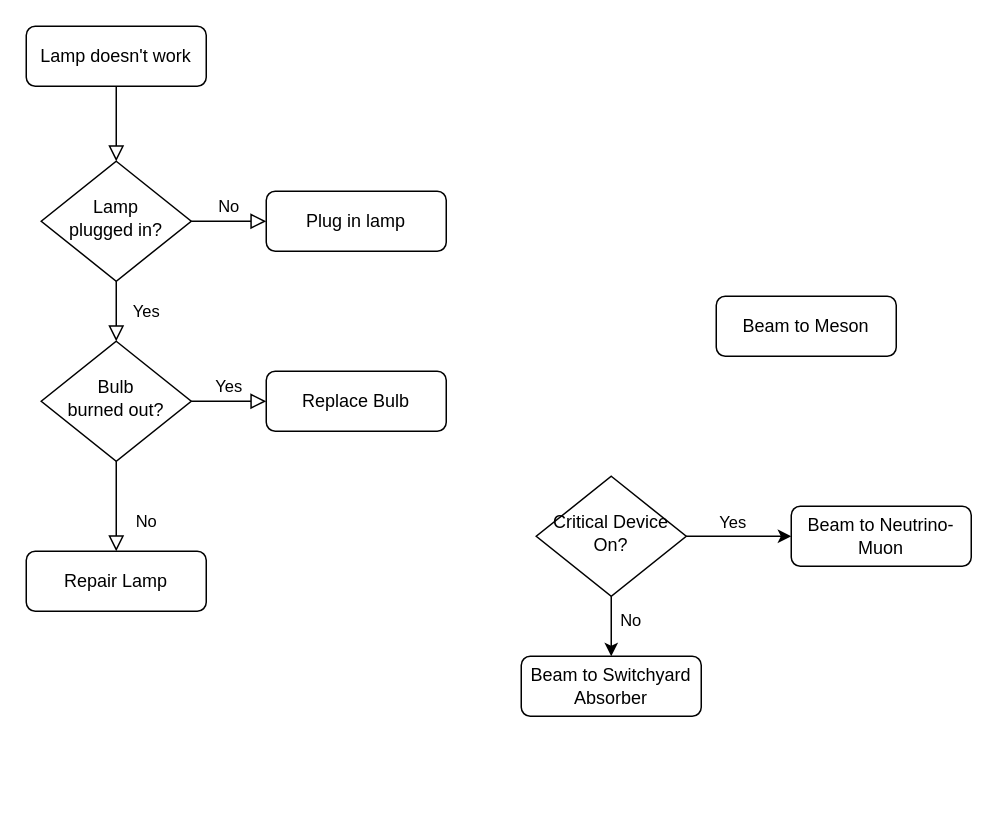
The draw.io diagram ACORN_beamsequence_SY.drawio in awattsFNAL/Drawings, before the edit. Source tidied: cells renumbered, new cells numbered last; positions are measured from the earlier drawing's top-left corner, leaving out a move shared by most shapes. Both pictures are drawn from the tidied source at 150%, with x=0, y=0 at pixel (26, 26).
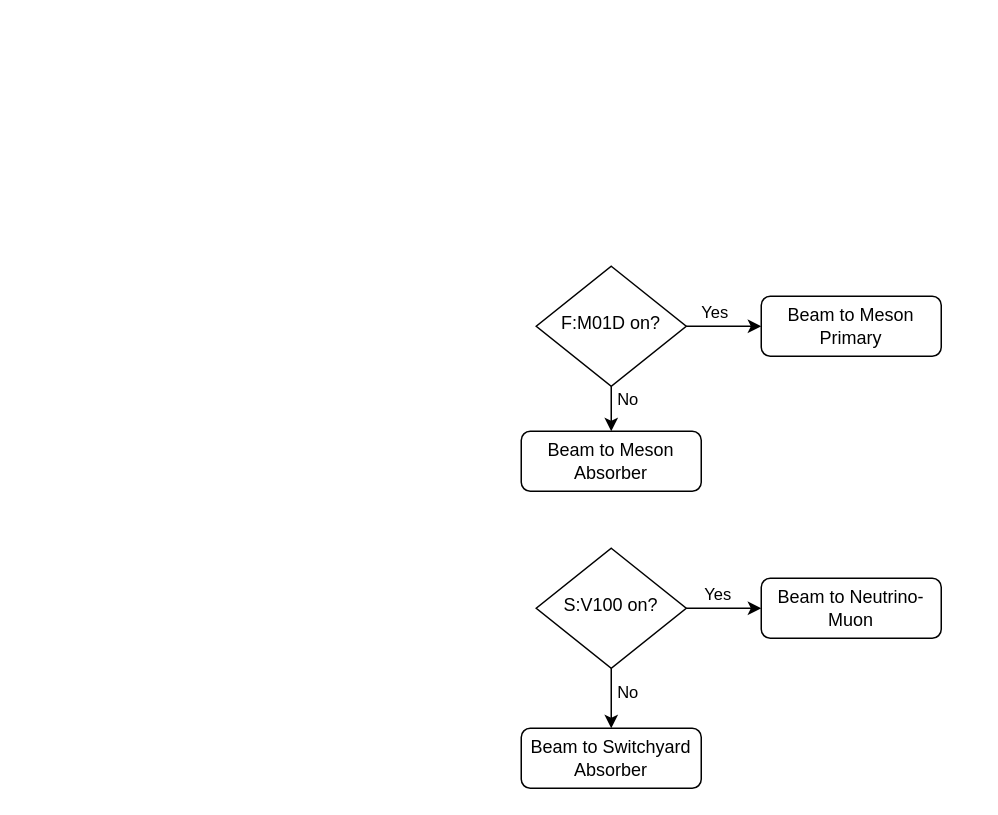
The same page after the edit.

The change refers to these unchanged cells:
```xml
<mxCell id="15" style="edgeStyle=orthogonalEdgeStyle;rounded=0;jettySize=auto;html=1;exitX=0.5;exitY=1;exitDx=0;exitDy=0;entryX=0.5;entryY=0;entryDx=0;entryDy=0;" parent="1" edge="1" source="18" target="17">
  <mxGeometry relative="1" as="geometry" />
</mxCell>
```

The edit, as a diff of the source:
```diff
@@
-    <mxCell id="2" style="rounded=0;html=1;jettySize=auto;fontSize=11;endArrow=block;endFill=0;endSize=8;strokeWidth=1;shadow=0;labelBackgroundColor=none;edgeStyle=orthogonalEdgeStyle;" parent="1" edge="1" source="3" target="6">
-      <mxGeometry relative="1" as="geometry" />
-    </mxCell>
-    <mxCell id="3" value="Lamp doesn't work" style="rounded=1;whiteSpace=wrap;html=1;fontSize=12;glass=0;strokeWidth=1;shadow=0;" parent="1" vertex="1">
-      <mxGeometry width="120" height="40" as="geometry" />
-    </mxCell>
-    <mxCell id="4" value="Yes" style="rounded=0;html=1;jettySize=auto;fontSize=11;endArrow=block;endFill=0;endSize=8;strokeWidth=1;shadow=0;labelBackgroundColor=none;edgeStyle=orthogonalEdgeStyle;" parent="1" edge="1" source="6" target="10">
-      <mxGeometry y="20" relative="1" as="geometry" />
-    </mxCell>
-    <mxCell id="5" value="No" style="edgeStyle=orthogonalEdgeStyle;rounded=0;html=1;jettySize=auto;fontSize=11;endArrow=block;endFill=0;endSize=8;strokeWidth=1;shadow=0;labelBackgroundColor=none;" parent="1" edge="1" source="6" target="7">
-      <mxGeometry y="10" relative="1" as="geometry" />
-    </mxCell>
-    <mxCell id="6" value="Lamp&lt;br&gt;plugged in?" style="rhombus;whiteSpace=wrap;html=1;shadow=0;fontFamily=Helvetica;fontSize=12;align=center;strokeWidth=1;spacing=6;spacingTop=-4;" parent="1" vertex="1">
-      <mxGeometry x="10" y="90" width="100" height="80" as="geometry" />
-    </mxCell>
-    <mxCell id="7" value="Plug in lamp" style="rounded=1;whiteSpace=wrap;html=1;fontSize=12;glass=0;strokeWidth=1;shadow=0;" parent="1" vertex="1">
-      <mxGeometry x="160" y="110" width="120" height="40" as="geometry" />
-    </mxCell>
-    <mxCell id="8" value="No" style="rounded=0;html=1;jettySize=auto;fontSize=11;endArrow=block;endFill=0;endSize=8;strokeWidth=1;shadow=0;labelBackgroundColor=none;edgeStyle=orthogonalEdgeStyle;" parent="1" edge="1" source="10" target="11">
-      <mxGeometry x="0.33" y="20" relative="1" as="geometry" />
-    </mxCell>
-    <mxCell id="9" value="Yes" style="edgeStyle=orthogonalEdgeStyle;rounded=0;html=1;jettySize=auto;fontSize=11;endArrow=block;endFill=0;endSize=8;strokeWidth=1;shadow=0;labelBackgroundColor=none;" parent="1" edge="1" source="10" target="12">
-      <mxGeometry y="10" relative="1" as="geometry" />
-    </mxCell>
-    <mxCell id="10" value="Bulb&lt;br&gt;burned out?" style="rhombus;whiteSpace=wrap;html=1;shadow=0;fontFamily=Helvetica;fontSize=12;align=center;strokeWidth=1;spacing=6;spacingTop=-4;" parent="1" vertex="1">
-      <mxGeometry x="10" y="210" width="100" height="80" as="geometry" />
-    </mxCell>
-    <mxCell id="11" value="Repair Lamp" style="rounded=1;whiteSpace=wrap;html=1;fontSize=12;glass=0;strokeWidth=1;shadow=0;" parent="1" vertex="1">
-      <mxGeometry y="350" width="120" height="40" as="geometry" />
-    </mxCell>
-    <mxCell id="12" value="Replace Bulb" style="rounded=1;whiteSpace=wrap;html=1;fontSize=12;glass=0;strokeWidth=1;shadow=0;" parent="1" vertex="1">
-      <mxGeometry x="160" y="230" width="120" height="40" as="geometry" />
-    </mxCell>
-    <mxCell id="13" value="Beam to Meson" style="rounded=1;whiteSpace=wrap;html=1;fontSize=12;glass=0;strokeWidth=1;shadow=0;" parent="1" vertex="1">
-      <mxGeometry x="460" y="180" width="120" height="40" as="geometry" />
+    <mxCell id="13" value="Beam to Meson Primary" style="rounded=1;whiteSpace=wrap;html=1;fontSize=12;glass=0;strokeWidth=1;shadow=0;" parent="1" vertex="1">
+      <mxGeometry x="490" y="180" width="120" height="40" as="geometry" />
     </mxCell>
     <mxCell id="14" value="Beam to Neutrino-Muon" style="rounded=1;whiteSpace=wrap;html=1;fontSize=12;glass=0;strokeWidth=1;shadow=0;" parent="1" vertex="1">
-      <mxGeometry x="510" y="320" width="120" height="40" as="geometry" />
+      <mxGeometry x="490" y="368" width="120" height="40" as="geometry" />
     </mxCell>
@@
     <mxCell id="16" value="No" style="edgeLabel;html=1;align=center;verticalAlign=middle;" parent="15" vertex="1">
       <mxGeometry x="-0.44" relative="1" as="geometry">
-        <mxPoint x="12" y="4" as="offset" />
+        <mxPoint x="10" y="4" as="offset" />
       </mxGeometry>
     </mxCell>
     <mxCell id="17" value="Beam to Switchyard Absorber" style="rounded=1;whiteSpace=wrap;html=1;fontSize=12;glass=0;strokeWidth=1;shadow=0;" parent="1" vertex="1">
-      <mxGeometry x="330" y="420" width="120" height="40" as="geometry" />
+      <mxGeometry x="330" y="468" width="120" height="40" as="geometry" />
     </mxCell>
-    <mxCell id="18" value="&lt;div&gt;Critical Device On?&lt;/div&gt;" style="rhombus;whiteSpace=wrap;html=1;shadow=0;fontFamily=Helvetica;fontSize=12;align=center;strokeWidth=1;spacing=6;spacingTop=-4;" parent="1" vertex="1">
-      <mxGeometry x="340" y="300" width="100" height="80" as="geometry" />
+    <mxCell id="18" value="S:V100 on?" style="rhombus;whiteSpace=wrap;html=1;shadow=0;fontFamily=Helvetica;fontSize=12;align=center;strokeWidth=1;spacing=6;spacingTop=-4;" parent="1" vertex="1">
+      <mxGeometry x="340" y="348" width="100" height="80" as="geometry" />
     </mxCell>
@@
+    <mxCell id="21" style="edgeStyle=orthogonalEdgeStyle;rounded=0;jettySize=auto;html=1;" parent="1" edge="1" source="23" target="13">
+      <mxGeometry relative="1" as="geometry" />
+    </mxCell>
+    <mxCell id="22" value="Yes" style="edgeLabel;html=1;align=center;verticalAlign=middle;" parent="21" vertex="1">
+      <mxGeometry x="-0.28" y="1" relative="1" as="geometry">
+        <mxPoint y="-9" as="offset" />
+      </mxGeometry>
+    </mxCell>
+    <mxCell id="23" value="F:M01D on?" style="rhombus;whiteSpace=wrap;html=1;shadow=0;fontFamily=Helvetica;fontSize=12;align=center;strokeWidth=1;spacing=6;spacingTop=-4;" parent="1" vertex="1">
+      <mxGeometry x="340" y="160" width="100" height="80" as="geometry" />
+    </mxCell>
+    <mxCell id="24" value="Beam to Meson Absorber" style="rounded=1;whiteSpace=wrap;html=1;fontSize=12;glass=0;strokeWidth=1;shadow=0;" parent="1" vertex="1">
+      <mxGeometry x="330" y="270" width="120" height="40" as="geometry" />
+    </mxCell>
+    <mxCell id="25" style="endArrow=classic;html=1;rounded=0;exitX=0.5;exitY=1;exitDx=0;exitDy=0;entryX=0.5;entryY=0;entryDx=0;entryDy=0;" parent="1" edge="1" source="23" target="24">
+      <mxGeometry relative="1" as="geometry" />
+    </mxCell>
+    <mxCell id="26" value="No" style="edgeLabel;html=1;align=center;verticalAlign=middle;" parent="25" vertex="1">
+      <mxGeometry x="-0.44" relative="1" as="geometry">
+        <mxPoint x="10" as="offset" />
+      </mxGeometry>
+    </mxCell>
```
